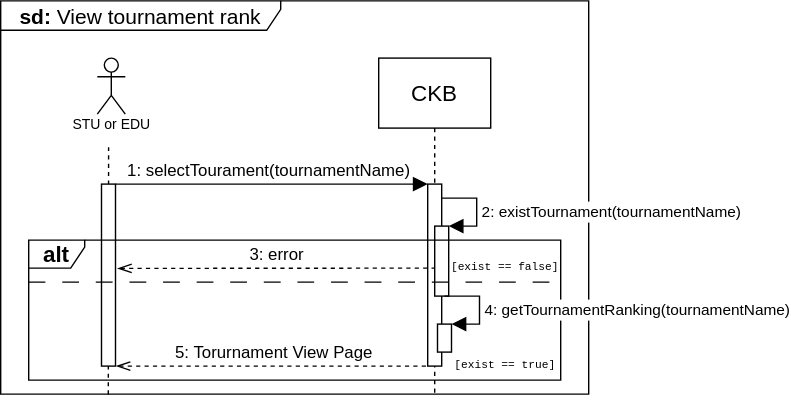
Above: RASD/images/sequence_diagrams/.svg/View_Tournament_Rank.svg in pontig/sw-eng-2-PasiniPontiggiaStasi (draw.io), before the change. Source tidied: cells renumbered, new cells last; positions are measured from the earlier drawing's top-left corner, leaving out a move shared by most shapes.
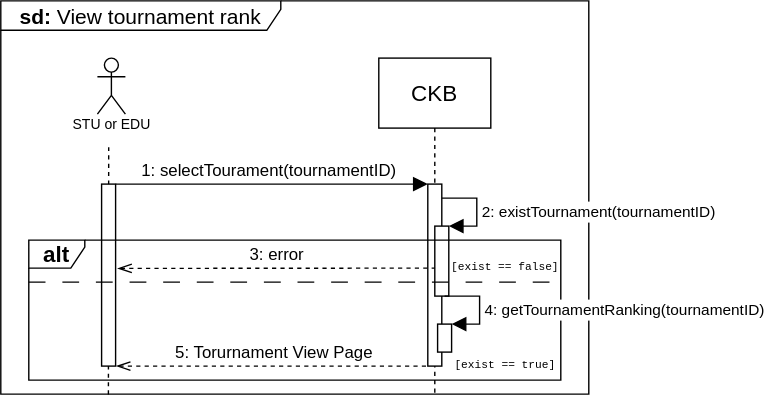
The same file after the commit.

What changed in the source:
```diff
@@ -33,8 +33,8 @@
         </Array>
       </mxGeometry>
     </mxCell>
-    <mxCell id="10" value="1: selectTourament(tournamentName)&amp;nbsp;" style="text;html=1;align=center;verticalAlign=middle;strokeColor=none;fillColor=none;" parent="1" vertex="1">
-      <mxGeometry x="78" y="107" width="230" height="30" as="geometry" />
+    <mxCell id="10" value="1: selectTourament(tournamentID)&amp;nbsp;" style="text;html=1;align=center;verticalAlign=middle;strokeColor=none;fillColor=none;" parent="1" vertex="1">
+      <mxGeometry x="88" y="107" width="210" height="30" as="geometry" />
     </mxCell>
     <mxCell id="11" value="5: Torurnament View Page" style="html=1;verticalAlign=bottom;endArrow=none;curved=0;rounded=0;fontSize=12;startSize=8;endSize=8;dashed=1;startArrow=openThin;startFill=0;endFill=0;" parent="1" edge="1">
       <mxGeometry relative="1" as="geometry">
@@ -48,7 +48,7 @@
     <mxCell id="12" style="html=1;points=[[0,0,0,0,5],[0,1,0,0,-5],[1,0,0,0,5],[1,1,0,0,-5]];perimeter=orthogonalPerimeter;outlineConnect=0;targetShapes=umlLifeline;portConstraint=eastwest;newEdgeStyle={&quot;curved&quot;:0,&quot;rounded&quot;:0};fontSize=16;" parent="1" vertex="1">
       <mxGeometry x="310" y="161" width="10" height="50" as="geometry" />
     </mxCell>
-    <mxCell id="13" value="&lt;font style=&quot;font-size: 11px;&quot;&gt;2: existTournament(tournamentName)&lt;/font&gt;" style="html=1;align=left;spacingLeft=2;endArrow=block;rounded=0;edgeStyle=orthogonalEdgeStyle;curved=0;rounded=0;fontSize=12;startSize=8;endSize=8;" parent="1" edge="1" target="12">
+    <mxCell id="13" value="&lt;font style=&quot;font-size: 11px;&quot;&gt;2: existTournament(tournamentID)&lt;/font&gt;" style="html=1;align=left;spacingLeft=2;endArrow=block;rounded=0;edgeStyle=orthogonalEdgeStyle;curved=0;rounded=0;fontSize=12;startSize=8;endSize=8;" parent="1" edge="1" target="12">
       <mxGeometry x="0.08" relative="1" as="geometry">
         <mxPoint x="315" y="141" as="sourcePoint" />
         <Array as="points">
@@ -77,7 +77,7 @@
     <mxCell id="17" style="html=1;points=[[0,0,0,0,5],[0,1,0,0,-5],[1,0,0,0,5],[1,1,0,0,-5]];perimeter=orthogonalPerimeter;outlineConnect=0;targetShapes=umlLifeline;portConstraint=eastwest;newEdgeStyle={&quot;curved&quot;:0,&quot;rounded&quot;:0};fontSize=16;" parent="1" vertex="1">
       <mxGeometry x="312" y="231" width="10" height="20" as="geometry" />
     </mxCell>
-    <mxCell id="18" value="&lt;font style=&quot;font-size: 11px;&quot;&gt;4: getTournamentRanking(tournamentName)&lt;/font&gt;" style="html=1;align=left;spacingLeft=2;endArrow=block;rounded=0;edgeStyle=orthogonalEdgeStyle;curved=0;rounded=0;fontSize=12;startSize=8;endSize=8;" parent="1" edge="1" target="17">
+    <mxCell id="18" value="&lt;font style=&quot;font-size: 11px;&quot;&gt;4: getTournamentRanking(tournamentID)&lt;/font&gt;" style="html=1;align=left;spacingLeft=2;endArrow=block;rounded=0;edgeStyle=orthogonalEdgeStyle;curved=0;rounded=0;fontSize=12;startSize=8;endSize=8;" parent="1" edge="1" target="17">
       <mxGeometry x="0.08" relative="1" as="geometry">
         <mxPoint x="317" y="211" as="sourcePoint" />
         <Array as="points">
```
